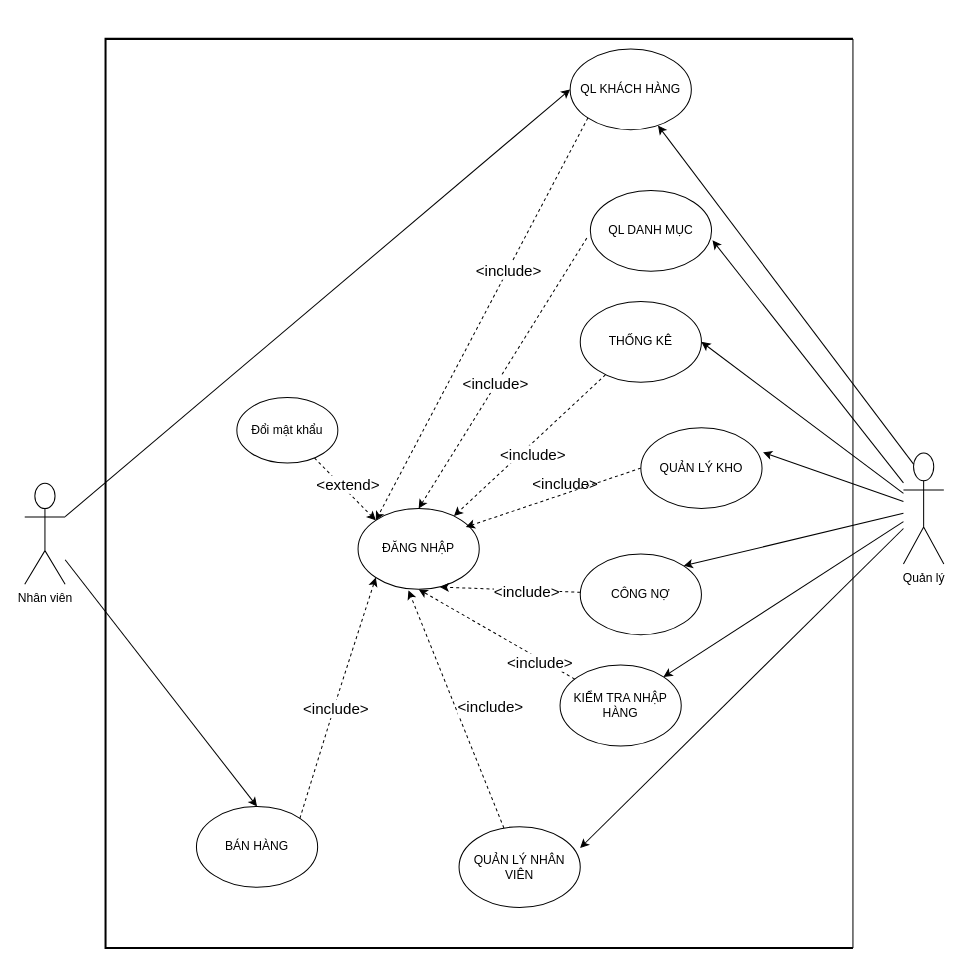
AlexTien202/congnghephanmem keeps this draw.io diagram as USECASE/Untitled Diagram.drawio. Above is the earlier version. Source tidied: cells renumbered, new cells numbered last; positions are measured from the earlier drawing's top-left corner, leaving out a move shared by most shapes. Both pictures are drawn from the tidied source at 101%, with x=0, y=0 at pixel (24, 38).
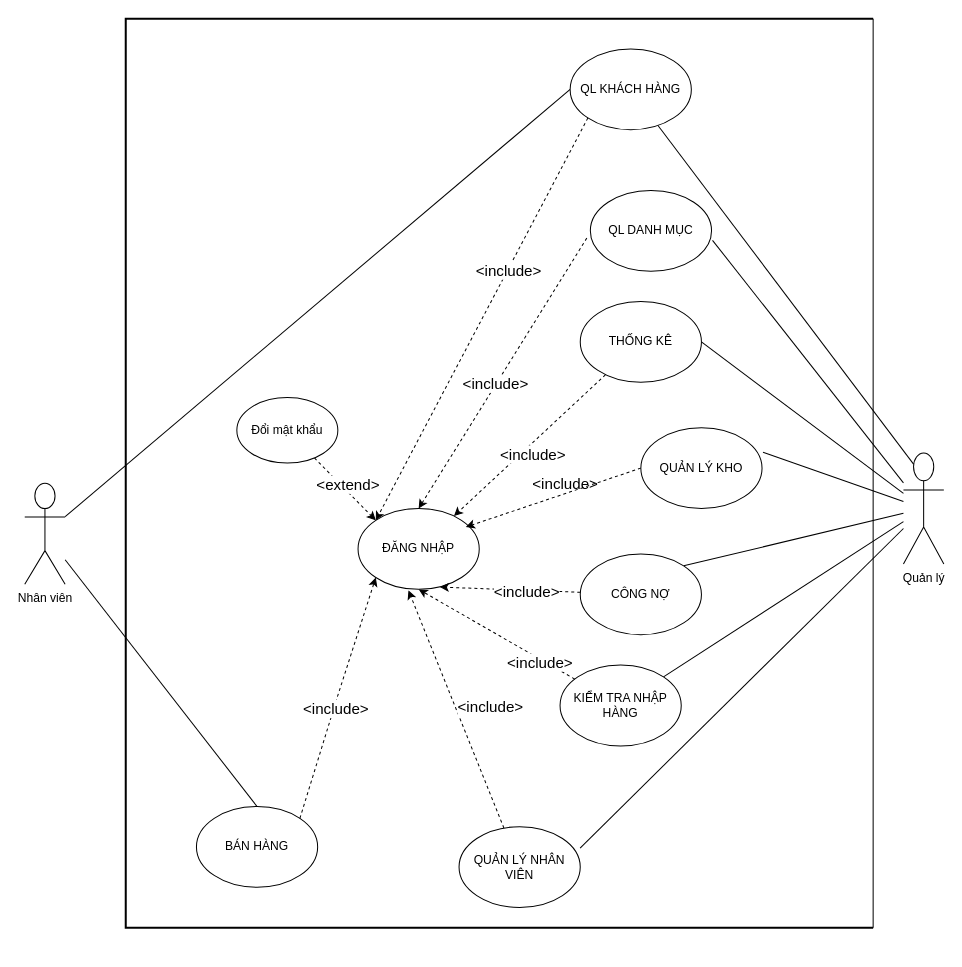
After the change.

Unchanged cells that the change refers to:
```xml
<mxCell id="4" value="Nhân viên" style="shape=umlActor;verticalLabelPosition=bottom;verticalAlign=top;html=1;outlineConnect=0;" parent="1" vertex="1">
  <mxGeometry y="440" width="40" height="100" as="geometry" />
</mxCell>
<mxCell id="11" value="Quản lý" style="shape=umlActor;verticalLabelPosition=bottom;verticalAlign=top;html=1;outlineConnect=0;" parent="1" vertex="1">
  <mxGeometry x="870" y="410" width="40" height="110" as="geometry" />
</mxCell>
<mxCell id="12" value="BÁN HÀNG" style="ellipse;whiteSpace=wrap;html=1;" parent="1" vertex="1">
  <mxGeometry x="170" y="760" width="120" height="80" as="geometry" />
</mxCell>
<mxCell id="14" value="QUẢN LÝ NHÂN VIÊN" style="ellipse;whiteSpace=wrap;html=1;" parent="1" vertex="1">
  <mxGeometry x="430" y="780" width="120" height="80" as="geometry" />
</mxCell>
<mxCell id="15" value="QUẢN LÝ KHO" style="ellipse;whiteSpace=wrap;html=1;" parent="1" vertex="1">
  <mxGeometry x="610" y="385" width="120" height="80" as="geometry" />
</mxCell>
<mxCell id="16" value="THỐNG KÊ" style="ellipse;whiteSpace=wrap;html=1;" parent="1" vertex="1">
  <mxGeometry x="550" y="260" width="120" height="80" as="geometry" />
</mxCell>
<mxCell id="18" value="QL DANH MỤC" style="ellipse;whiteSpace=wrap;html=1;" parent="1" vertex="1">
  <mxGeometry x="560" y="150" width="120" height="80" as="geometry" />
</mxCell>
<mxCell id="19" value="KIỂM TRA NHẬP HÀNG" style="ellipse;whiteSpace=wrap;html=1;" parent="1" vertex="1">
  <mxGeometry x="530" y="620" width="120" height="80" as="geometry" />
</mxCell>
<mxCell id="20" value="QL KHÁCH HÀNG" style="ellipse;whiteSpace=wrap;html=1;" parent="1" vertex="1">
  <mxGeometry x="540" y="10" width="120" height="80" as="geometry" />
</mxCell>
<mxCell id="21" value="CÔNG NỢ" style="ellipse;whiteSpace=wrap;html=1;" parent="1" vertex="1">
  <mxGeometry x="550" y="510" width="120" height="80" as="geometry" />
</mxCell>
```

What changed in the source:
```diff
@@
-    <mxCell id="2" style="rounded=0;jettySize=auto;html=1;entryX=0.5;entryY=0;entryDx=0;entryDy=0;" parent="1" edge="1" source="4" target="12">
+    <mxCell id="2" style="rounded=0;jettySize=auto;html=1;entryX=0.5;entryY=0;entryDx=0;entryDy=0;endArrow=none;endFill=0;" parent="1" edge="1" source="4" target="12">
       <mxGeometry relative="1" as="geometry" />
     </mxCell>
-    <mxCell id="3" style="edgeStyle=none;rounded=0;jettySize=auto;html=1;entryX=0;entryY=0.5;entryDx=0;entryDy=0;" parent="1" edge="1" source="4" target="20">
+    <mxCell id="3" style="edgeStyle=none;rounded=0;jettySize=auto;html=1;entryX=0;entryY=0.5;entryDx=0;entryDy=0;endArrow=none;endFill=0;" parent="1" edge="1" source="4" target="20">
       <mxGeometry relative="1" as="geometry" />
     </mxCell>
@@
-    <mxCell id="5" style="edgeStyle=none;rounded=0;jettySize=auto;html=1;entryX=0.999;entryY=0.264;entryDx=0;entryDy=0;entryPerimeter=0;" parent="1" edge="1" source="11" target="14">
+    <mxCell id="5" style="edgeStyle=none;rounded=0;jettySize=auto;html=1;entryX=0.999;entryY=0.264;entryDx=0;entryDy=0;entryPerimeter=0;endArrow=none;endFill=0;" parent="1" edge="1" source="11" target="14">
       <mxGeometry relative="1" as="geometry" />
     </mxCell>
-    <mxCell id="6" style="edgeStyle=none;rounded=0;jettySize=auto;html=1;entryX=1.008;entryY=0.304;entryDx=0;entryDy=0;entryPerimeter=0;" parent="1" edge="1" source="11" target="15">
+    <mxCell id="6" style="edgeStyle=none;rounded=0;jettySize=auto;html=1;entryX=1.008;entryY=0.304;entryDx=0;entryDy=0;entryPerimeter=0;endArrow=none;endFill=0;" parent="1" edge="1" source="11" target="15">
       <mxGeometry relative="1" as="geometry" />
     </mxCell>
-    <mxCell id="7" style="edgeStyle=none;rounded=0;jettySize=auto;html=1;entryX=1;entryY=0;entryDx=0;entryDy=0;" parent="1" edge="1" source="11" target="21">
+    <mxCell id="7" style="edgeStyle=none;rounded=0;jettySize=auto;html=1;entryX=1;entryY=0;entryDx=0;entryDy=0;endArrow=none;endFill=0;" parent="1" edge="1" source="11" target="21">
       <mxGeometry relative="1" as="geometry" />
     </mxCell>
-    <mxCell id="8" style="edgeStyle=none;rounded=0;jettySize=auto;html=1;entryX=1;entryY=0;entryDx=0;entryDy=0;" parent="1" edge="1" source="11" target="19">
+    <mxCell id="8" style="edgeStyle=none;rounded=0;jettySize=auto;html=1;entryX=1;entryY=0;entryDx=0;entryDy=0;endArrow=none;endFill=0;" parent="1" edge="1" source="11" target="19">
       <mxGeometry relative="1" as="geometry" />
     </mxCell>
-    <mxCell id="9" style="edgeStyle=none;rounded=0;jettySize=auto;html=1;entryX=1.008;entryY=0.618;entryDx=0;entryDy=0;entryPerimeter=0;" parent="1" edge="1" source="11" target="18">
+    <mxCell id="9" style="edgeStyle=none;rounded=0;jettySize=auto;html=1;entryX=1.008;entryY=0.618;entryDx=0;entryDy=0;entryPerimeter=0;endArrow=none;endFill=0;" parent="1" edge="1" source="11" target="18">
       <mxGeometry relative="1" as="geometry" />
     </mxCell>
-    <mxCell id="10" style="edgeStyle=none;rounded=0;jettySize=auto;html=1;entryX=1;entryY=0.5;entryDx=0;entryDy=0;" parent="1" edge="1" source="11" target="16">
+    <mxCell id="10" style="edgeStyle=none;rounded=0;jettySize=auto;html=1;entryX=1;entryY=0.5;entryDx=0;entryDy=0;endArrow=none;endFill=0;" parent="1" edge="1" source="11" target="16">
       <mxGeometry relative="1" as="geometry" />
     </mxCell>
@@
-    <mxCell id="36" style="rounded=0;jettySize=auto;html=1;exitX=0.25;exitY=0.1;exitDx=0;exitDy=0;exitPerimeter=0;" parent="1" edge="1" source="11" target="20">
+    <mxCell id="36" style="rounded=0;jettySize=auto;html=1;exitX=0.25;exitY=0.1;exitDx=0;exitDy=0;exitPerimeter=0;endArrow=none;endFill=0;" parent="1" edge="1" source="11" target="20">
       <mxGeometry relative="1" as="geometry" />
     </mxCell>
@@
     <mxCell id="38" style="strokeWidth=2;html=1;shape=mxgraph.flowchart.annotation_1;align=left;fontSize=15;" parent="1" vertex="1">
-      <mxGeometry x="80" width="740" height="900" as="geometry" />
+      <mxGeometry x="100" y="-20" width="740" height="900" as="geometry" />
     </mxCell>
```
